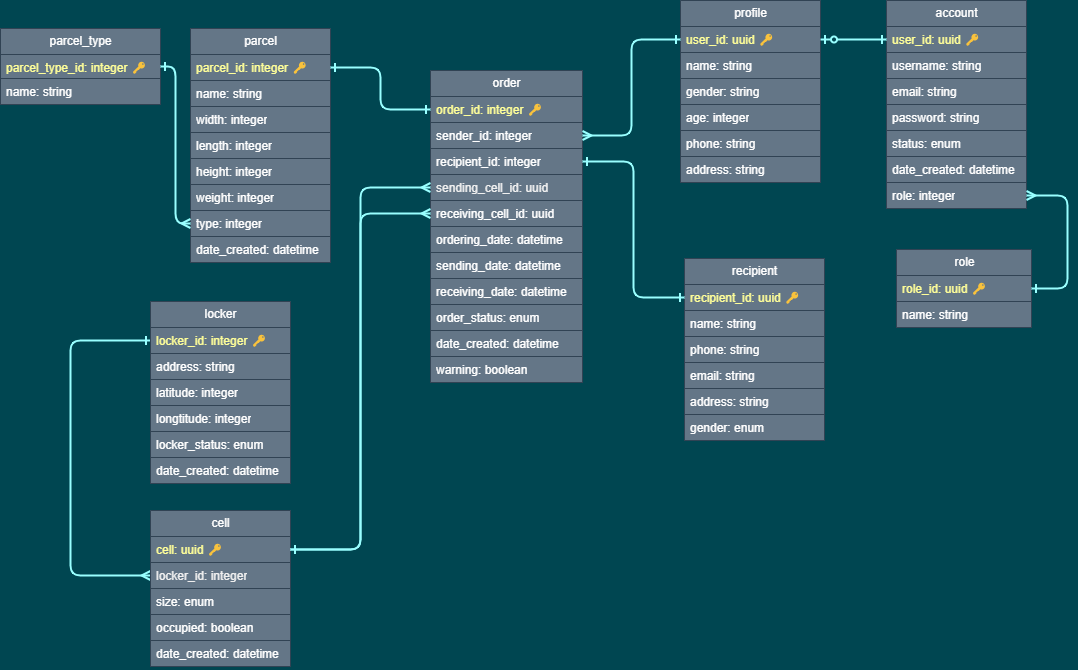
This is UML.drawio.png from chauanphu/be-parcel-locker, a draw.io export, as it was before one commit. Source tidied: cells renumbered, new cells last; positions are measured from the earlier drawing's top-left corner, leaving out a move shared by most shapes.
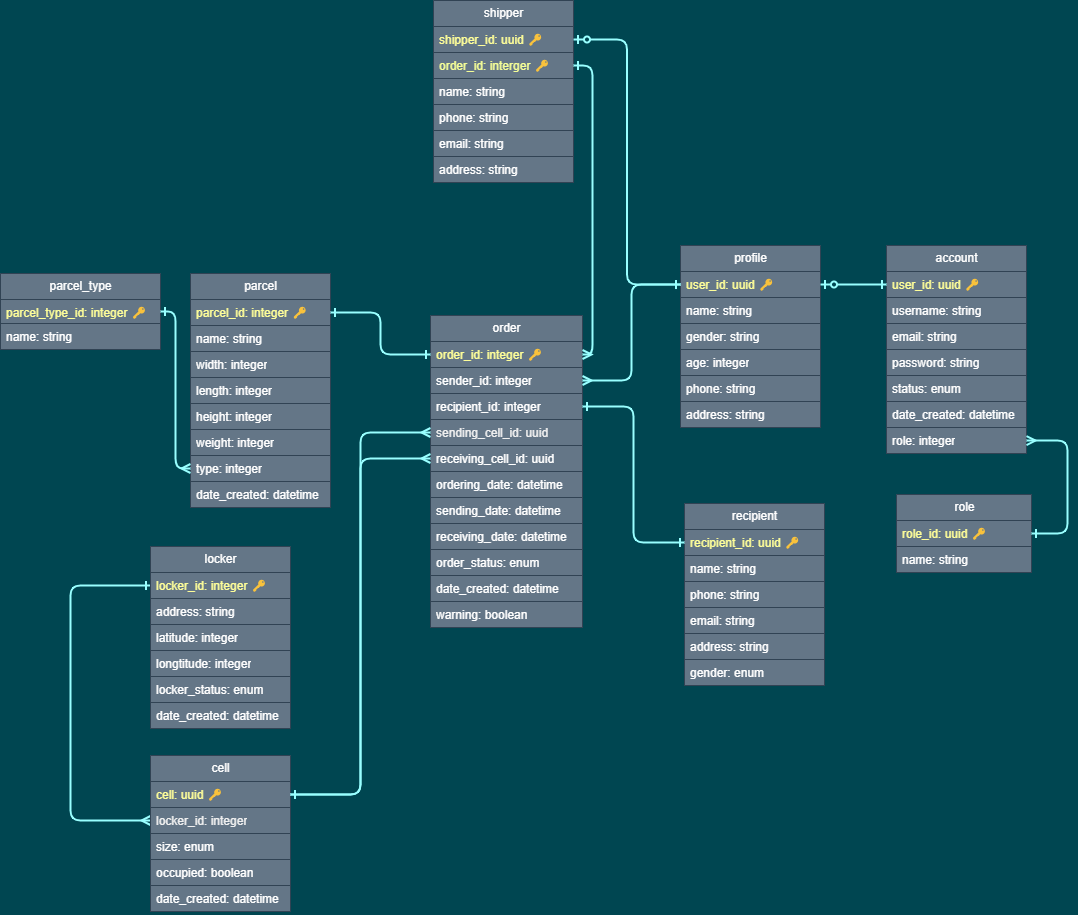
The same file after the commit.

Commit message:
add shipper table and test 2 data structure

Diff of the diagram source:
```diff
@@ -224,5 +224,32 @@
         </Array>
       </mxGeometry>
     </mxCell>
+    <mxCell id="73" value="shipper" style="swimlane;fontStyle=0;horizontal=1;startSize=26;fillColor=#647687;html=1;fontColor=#ffffff;strokeColor=#314354;" parent="1" vertex="1">
+      <mxGeometry x="433" y="-245" width="140" height="182" as="geometry" />
+    </mxCell>
+    <mxCell id="74" value="&lt;font color=&quot;#ffff99&quot;&gt;shipper_id: uuid&amp;nbsp;&lt;/font&gt;&lt;span style=&quot;color: rgb(255, 255, 153);&quot;&gt;🔑&lt;/span&gt;" style="text;strokeColor=#314354;fillColor=#647687;align=left;verticalAlign=top;spacingLeft=4;spacingRight=4;overflow=hidden;points=[[0,0.5],[1,0.5]];portConstraint=eastwest;whiteSpace=wrap;html=1;fontColor=#ffffff;" parent="73" vertex="1">
+      <mxGeometry y="26" width="140" height="26" as="geometry" />
+    </mxCell>
+    <mxCell id="75" value="&lt;font color=&quot;#f5ff97&quot;&gt;order_id: interger&amp;nbsp;&lt;/font&gt;&lt;span style=&quot;color: rgb(255, 255, 153);&quot;&gt;🔑&lt;/span&gt;" style="text;strokeColor=#314354;fillColor=#647687;align=left;verticalAlign=top;spacingLeft=4;spacingRight=4;overflow=hidden;points=[[0,0.5],[1,0.5]];portConstraint=eastwest;whiteSpace=wrap;html=1;fontColor=#ffffff;" parent="73" vertex="1">
+      <mxGeometry y="52" width="140" height="26" as="geometry" />
+    </mxCell>
+    <mxCell id="76" value="name: string" style="text;strokeColor=#314354;fillColor=#647687;align=left;verticalAlign=top;spacingLeft=4;spacingRight=4;overflow=hidden;whiteSpace=wrap;html=1;fontColor=#ffffff;" parent="73" vertex="1">
+      <mxGeometry y="78" width="140" height="26" as="geometry" />
+    </mxCell>
+    <mxCell id="77" value="phone: string" style="text;strokeColor=#314354;fillColor=#647687;align=left;verticalAlign=top;spacingLeft=4;spacingRight=4;overflow=hidden;whiteSpace=wrap;html=1;fontColor=#ffffff;" parent="73" vertex="1">
+      <mxGeometry y="104" width="140" height="26" as="geometry" />
+    </mxCell>
+    <mxCell id="78" value="email: string" style="text;strokeColor=#314354;fillColor=#647687;align=left;verticalAlign=top;spacingLeft=4;spacingRight=4;overflow=hidden;whiteSpace=wrap;html=1;fontColor=#ffffff;" parent="73" vertex="1">
+      <mxGeometry y="130" width="140" height="26" as="geometry" />
+    </mxCell>
+    <mxCell id="79" value="address: string&lt;br&gt;" style="text;strokeColor=#314354;fillColor=#647687;align=left;verticalAlign=top;spacingLeft=4;spacingRight=4;overflow=hidden;whiteSpace=wrap;html=1;fontColor=#ffffff;" parent="73" vertex="1">
+      <mxGeometry y="156" width="140" height="26" as="geometry" />
+    </mxCell>
+    <mxCell id="80" style="edgeStyle=orthogonalEdgeStyle;html=1;fillColor=#647687;strokeColor=#99FFFF;strokeWidth=2;endArrow=ERone;endFill=0;startArrow=ERmany;startFill=0;exitX=1;exitY=0.5;exitDx=0;exitDy=0;entryX=1;entryY=0.5;entryDx=0;entryDy=0;" parent="1" edge="1" source="19" target="75">
+      <mxGeometry relative="1" as="geometry" />
+    </mxCell>
+    <mxCell id="81" style="edgeStyle=orthogonalEdgeStyle;html=1;exitX=1;exitY=0.5;exitDx=0;exitDy=0;fillColor=#647687;strokeColor=#99FFFF;strokeWidth=2;endArrow=ERone;endFill=0;startArrow=ERzeroToOne;startFill=0;entryX=0;entryY=0.5;entryDx=0;entryDy=0;" parent="1" edge="1" source="74" target="12">
+      <mxGeometry relative="1" as="geometry" />
+    </mxCell>
   </root>
 </mxGraphModel>
```
